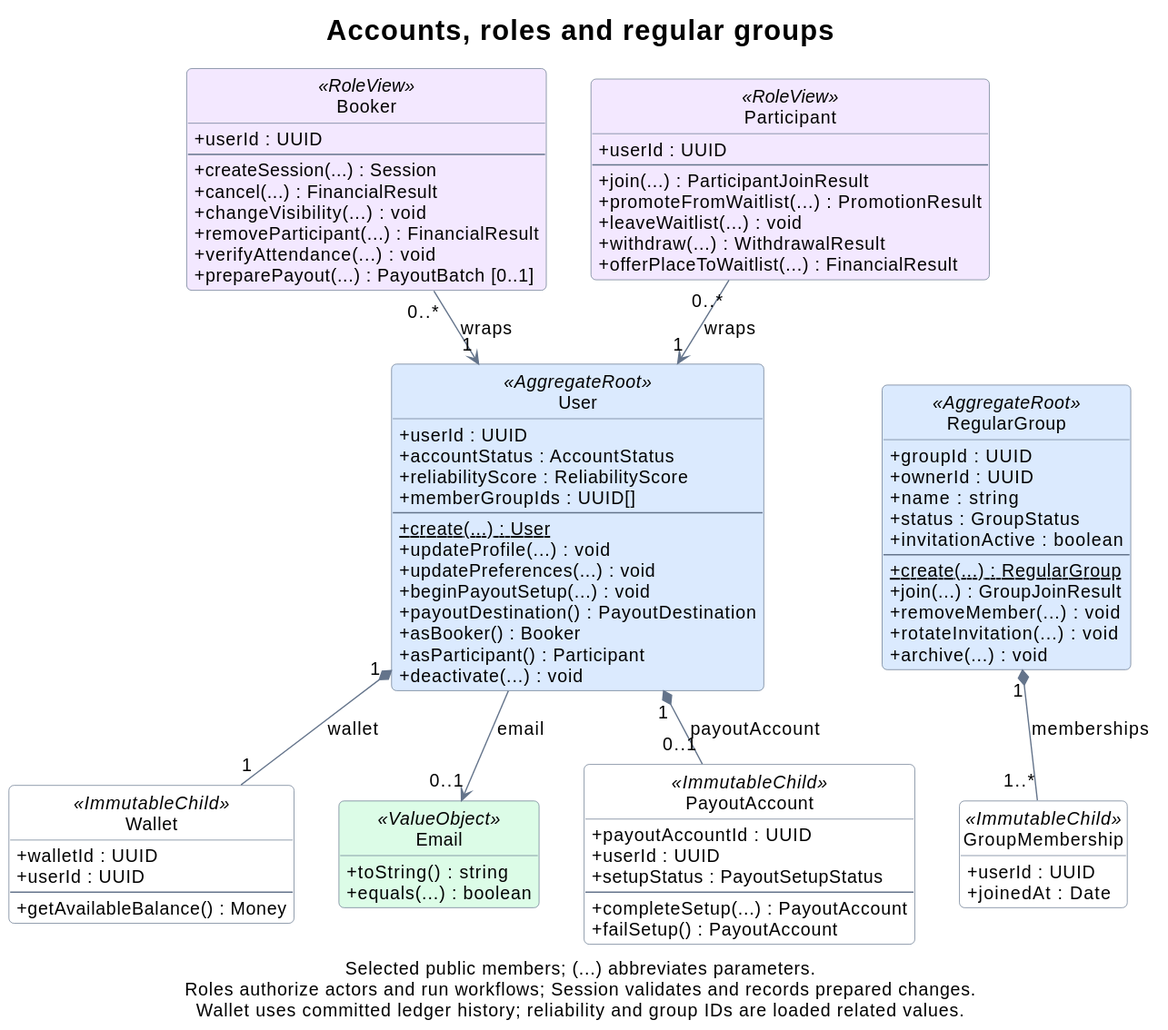
Above: docs/assets/domain-accounts.svg in rbrishi15/booking-web-manager (PlantUML), before the change.
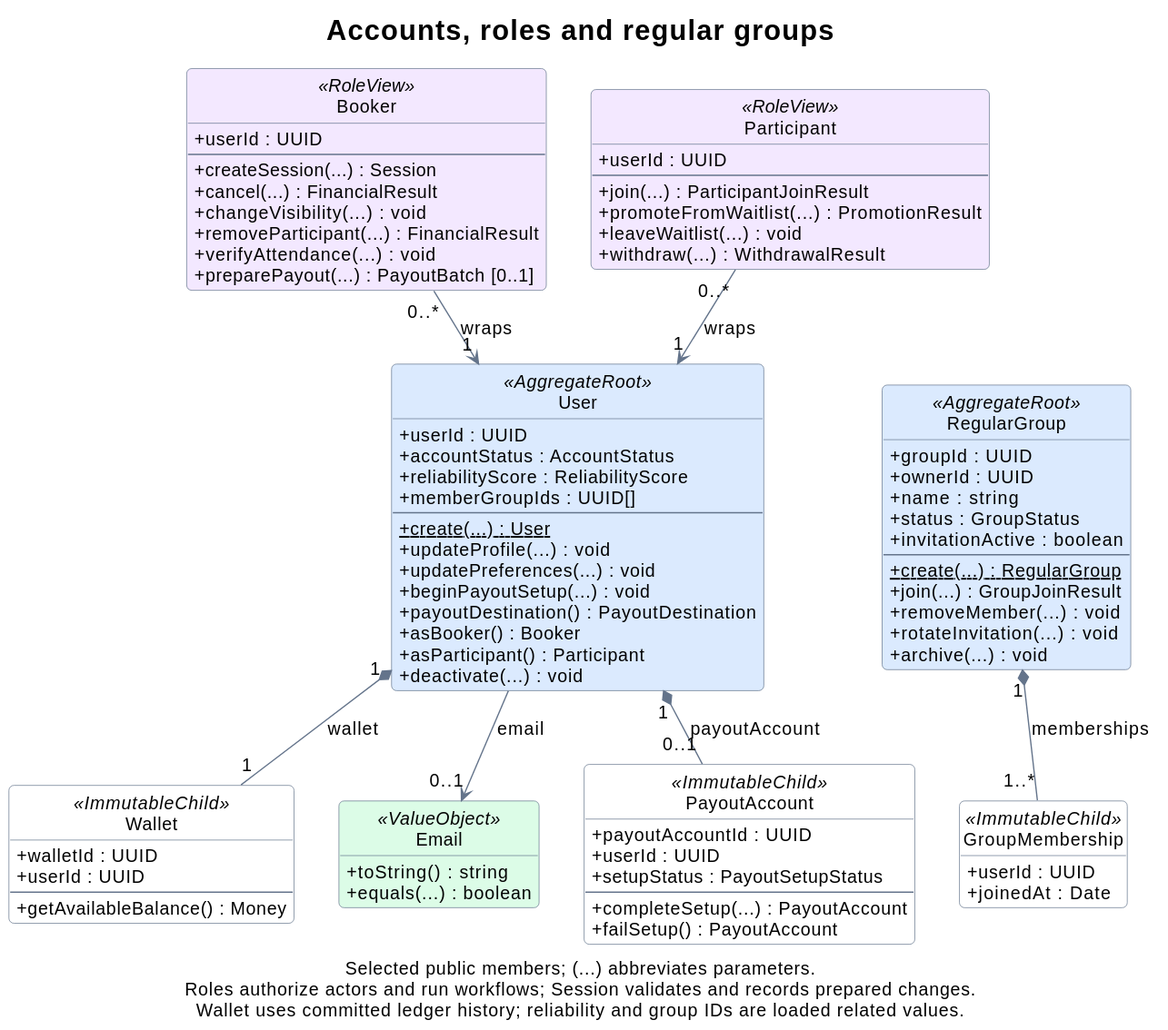
Later version of the same file.

The edit, as a diff of the source:
```diff
@@ -39,7 +39,6 @@
   +promoteFromWaitlist(...) : PromotionResult
   +leaveWaitlist(...) : void
   +withdraw(...) : WithdrawalResult
-  +offerPlaceToWaitlist(...) : FinancialResult
 }
 
 class User <<AggregateRoot>> {
```
